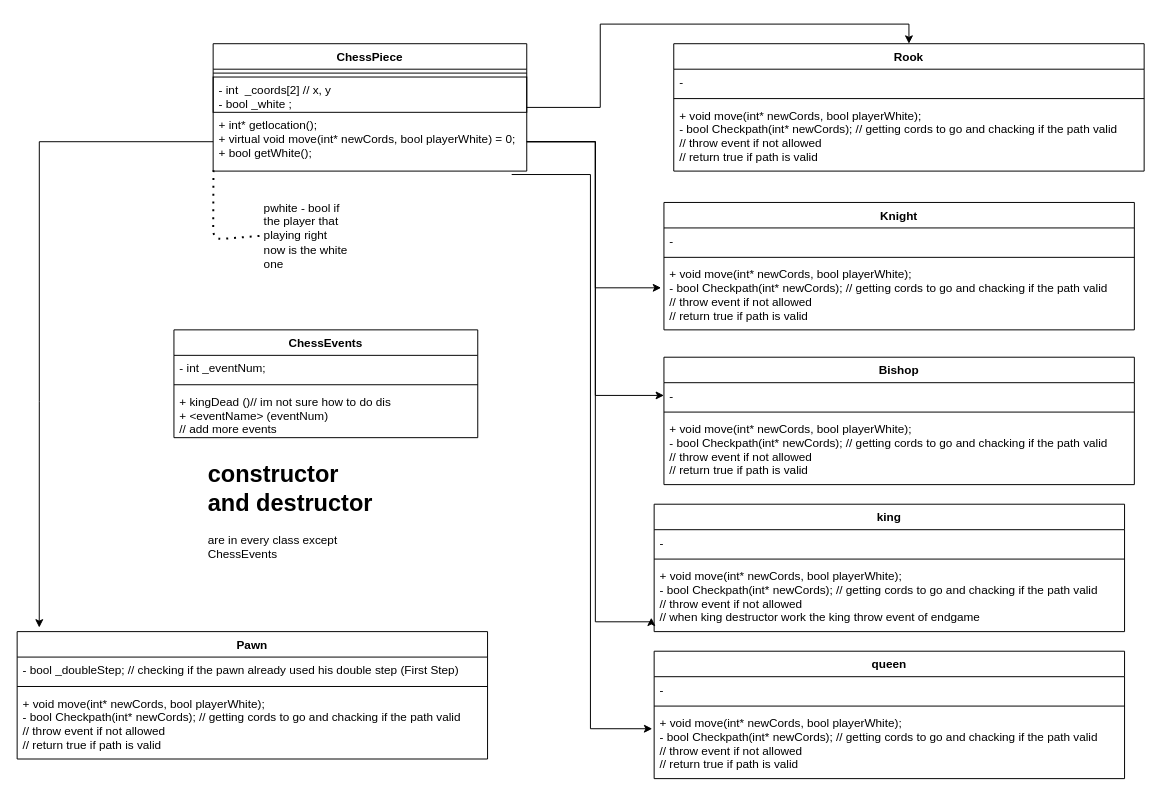
This is page "Object Chess piece" (1 of 2) of Untitled Diagram.drawio from nadav26740/checkmate-adamnadav, a draw.io file, before an edit. Source tidied: cells renumbered, new cells numbered last; positions are measured from the earlier drawing's top-left corner, leaving out a move shared by most shapes. Both pictures are drawn from the tidied source at 98%, with x=0, y=0 at pixel (17, 43).
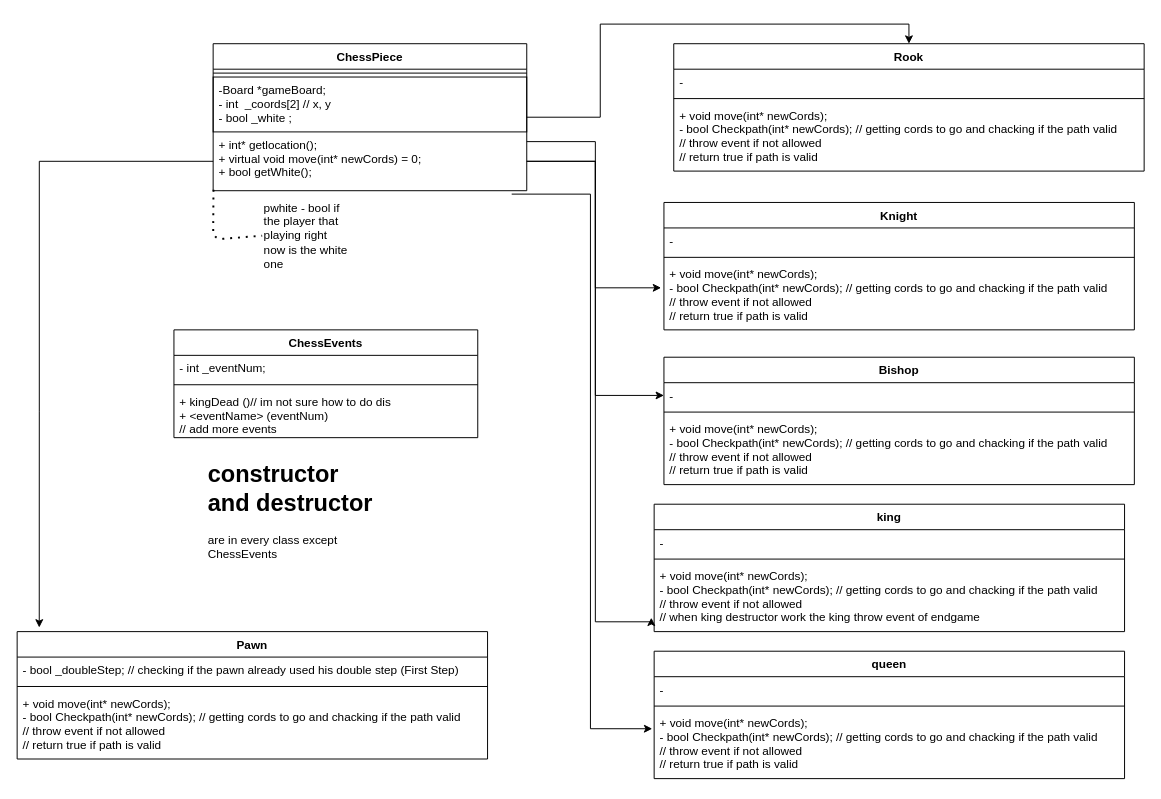
After the change.

Commit message (it also covers changes not shown here):
New Protocol on board

Unchanged cells that the change refers to:
```xml
<mxCell id="12" value="Rook&#10;" style="swimlane;fontStyle=1;align=center;verticalAlign=top;horizontal=1;startSize=26;" parent="1" vertex="1">
  <mxGeometry x="670" y="0.1" width="480" height="130" as="geometry" />
</mxCell>
<mxCell id="17" value="Knight&#10;" style="swimlane;fontStyle=1;align=center;verticalAlign=top;horizontal=1;startSize=26;" parent="1" vertex="1">
  <mxGeometry x="660" y="162.1" width="480" height="130" as="geometry" />
</mxCell>
<mxCell id="21" value="Bishop&#10;" style="swimlane;fontStyle=1;align=center;verticalAlign=top;horizontal=1;startSize=26;" parent="1" vertex="1">
  <mxGeometry x="660" y="320" width="480" height="130" as="geometry" />
</mxCell>
<mxCell id="25" value="queen&#10;" style="swimlane;fontStyle=1;align=center;verticalAlign=top;horizontal=1;startSize=26;" parent="1" vertex="1">
  <mxGeometry x="650" y="620" width="480" height="130" as="geometry" />
</mxCell>
<mxCell id="29" value="king&#10;" style="swimlane;fontStyle=1;align=center;verticalAlign=top;horizontal=1;startSize=26;" parent="1" vertex="1">
  <mxGeometry x="650" y="470" width="480" height="130" as="geometry" />
</mxCell>
<mxCell id="37" value="Pawn&#10;" style="swimlane;fontStyle=1;align=center;verticalAlign=top;horizontal=1;startSize=26;" parent="1" vertex="1">
  <mxGeometry y="600" width="480" height="130" as="geometry" />
</mxCell>
```

What changed in the source:
```diff
@@
     <mxCell id="3" value="ChessPiece" style="swimlane;fontStyle=1;align=center;verticalAlign=top;horizontal=1;startSize=26;rounded=0;shadow=0;glass=0;sketch=0;" parent="1" vertex="1">
-      <mxGeometry x="200" y="0.1" width="320" height="130" as="geometry" />
+      <mxGeometry x="200" y="0.1" width="320" height="150" as="geometry" />
     </mxCell>
@@
-    <mxCell id="5" value="- int  _coords[2] // x, y&#10;- bool _white ;&#10;" style="text;fillColor=none;align=left;verticalAlign=top;spacingLeft=4;spacingRight=4;overflow=hidden;strokeColor=#000000;" parent="3" vertex="1">
-      <mxGeometry y="34" width="320" height="36" as="geometry" />
+    <mxCell id="5" value="-Board *gameBoard;&#10;- int  _coords[2] // x, y&#10;- bool _white ;&#10;" style="text;fillColor=none;align=left;verticalAlign=top;spacingLeft=4;spacingRight=4;overflow=hidden;strokeColor=#000000;" parent="3" vertex="1">
+      <mxGeometry y="34" width="320" height="56" as="geometry" />
     </mxCell>
-    <mxCell id="6" value="+ int* getlocation();&#10;+ virtual void move(int* newCords, bool playerWhite) = 0;&#10;+ bool getWhite();&#10;" style="text;strokeColor=none;fillColor=none;align=left;verticalAlign=top;spacingLeft=4;spacingRight=4;overflow=hidden;points=[[0,0.5],[1,0.5]];portConstraint=eastwest;" parent="3" vertex="1">
-      <mxGeometry y="70" width="320" height="60" as="geometry" />
+    <mxCell id="6" value="+ int* getlocation();&#10;+ virtual void move(int* newCords) = 0;&#10;+ bool getWhite();&#10;" style="text;strokeColor=none;fillColor=none;align=left;verticalAlign=top;spacingLeft=4;spacingRight=4;overflow=hidden;points=[[0,0.5],[1,0.5]];portConstraint=eastwest;" parent="3" vertex="1">
+      <mxGeometry y="90" width="320" height="60" as="geometry" />
     </mxCell>
@@
-    <mxCell id="15" value="+ void move(int* newCords, bool playerWhite);&#10;- bool Checkpath(int* newCords); // getting cords to go and chacking if the path valid&#10;// throw event if not allowed &#10;// return true if path is valid&#10;" style="text;strokeColor=none;fillColor=none;align=left;verticalAlign=top;spacingLeft=4;spacingRight=4;overflow=hidden;" parent="12" vertex="1">
+    <mxCell id="15" value="+ void move(int* newCords);&#10;- bool Checkpath(int* newCords); // getting cords to go and chacking if the path valid&#10;// throw event if not allowed &#10;// return true if path is valid&#10;" style="text;strokeColor=none;fillColor=none;align=left;verticalAlign=top;spacingLeft=4;spacingRight=4;overflow=hidden;" parent="12" vertex="1">
       <mxGeometry y="60" width="480" height="70" as="geometry" />
     </mxCell>
@@
-    <mxCell id="20" value="+ void move(int* newCords, bool playerWhite);&#10;- bool Checkpath(int* newCords); // getting cords to go and chacking if the path valid&#10;// throw event if not allowed &#10;// return true if path is valid&#10;" style="text;strokeColor=none;fillColor=none;align=left;verticalAlign=top;spacingLeft=4;spacingRight=4;overflow=hidden;points=[[0,0.5],[1,0.5]];portConstraint=eastwest;" parent="17" vertex="1">
+    <mxCell id="20" value="+ void move(int* newCords);&#10;- bool Checkpath(int* newCords); // getting cords to go and chacking if the path valid&#10;// throw event if not allowed &#10;// return true if path is valid&#10;" style="text;strokeColor=none;fillColor=none;align=left;verticalAlign=top;spacingLeft=4;spacingRight=4;overflow=hidden;points=[[0,0.5],[1,0.5]];portConstraint=eastwest;" parent="17" vertex="1">
       <mxGeometry y="60" width="480" height="70" as="geometry" />
     </mxCell>
@@
-    <mxCell id="24" value="+ void move(int* newCords, bool playerWhite);&#10;- bool Checkpath(int* newCords); // getting cords to go and chacking if the path valid&#10;// throw event if not allowed &#10;// return true if path is valid&#10;" style="text;strokeColor=none;fillColor=none;align=left;verticalAlign=top;spacingLeft=4;spacingRight=4;overflow=hidden;" parent="21" vertex="1">
+    <mxCell id="24" value="+ void move(int* newCords);&#10;- bool Checkpath(int* newCords); // getting cords to go and chacking if the path valid&#10;// throw event if not allowed &#10;// return true if path is valid&#10;" style="text;strokeColor=none;fillColor=none;align=left;verticalAlign=top;spacingLeft=4;spacingRight=4;overflow=hidden;" parent="21" vertex="1">
       <mxGeometry y="60" width="480" height="70" as="geometry" />
     </mxCell>
@@
-    <mxCell id="28" value="+ void move(int* newCords, bool playerWhite);&#10;- bool Checkpath(int* newCords); // getting cords to go and chacking if the path valid&#10;// throw event if not allowed &#10;// return true if path is valid&#10;" style="text;strokeColor=none;fillColor=none;align=left;verticalAlign=top;spacingLeft=4;spacingRight=4;overflow=hidden;points=[[0,0.5],[1,0.5]];portConstraint=eastwest;" parent="25" vertex="1">
+    <mxCell id="28" value="+ void move(int* newCords);&#10;- bool Checkpath(int* newCords); // getting cords to go and chacking if the path valid&#10;// throw event if not allowed &#10;// return true if path is valid&#10;" style="text;strokeColor=none;fillColor=none;align=left;verticalAlign=top;spacingLeft=4;spacingRight=4;overflow=hidden;points=[[0,0.5],[1,0.5]];portConstraint=eastwest;" parent="25" vertex="1">
       <mxGeometry y="60" width="480" height="70" as="geometry" />
     </mxCell>
@@
-    <mxCell id="32" value="+ void move(int* newCords, bool playerWhite);&#10;- bool Checkpath(int* newCords); // getting cords to go and chacking if the path valid&#10;// throw event if not allowed &#10;// when king destructor work the king throw event of endgame" style="text;strokeColor=none;fillColor=none;align=left;verticalAlign=top;spacingLeft=4;spacingRight=4;overflow=hidden;points=[[0,0.5],[1,0.5]];portConstraint=eastwest;" parent="29" vertex="1">
+    <mxCell id="32" value="+ void move(int* newCords);&#10;- bool Checkpath(int* newCords); // getting cords to go and chacking if the path valid&#10;// throw event if not allowed &#10;// when king destructor work the king throw event of endgame" style="text;strokeColor=none;fillColor=none;align=left;verticalAlign=top;spacingLeft=4;spacingRight=4;overflow=hidden;points=[[0,0.5],[1,0.5]];portConstraint=eastwest;" parent="29" vertex="1">
       <mxGeometry y="60" width="480" height="70" as="geometry" />
     </mxCell>
@@
-    <mxCell id="40" value="+ void move(int* newCords, bool playerWhite);&#10;- bool Checkpath(int* newCords); // getting cords to go and chacking if the path valid&#10;// throw event if not allowed &#10;// return true if path is valid&#10;" style="text;strokeColor=none;fillColor=none;align=left;verticalAlign=top;spacingLeft=4;spacingRight=4;overflow=hidden;" parent="37" vertex="1">
+    <mxCell id="40" value="+ void move(int* newCords);&#10;- bool Checkpath(int* newCords); // getting cords to go and chacking if the path valid&#10;// throw event if not allowed &#10;// return true if path is valid&#10;" style="text;strokeColor=none;fillColor=none;align=left;verticalAlign=top;spacingLeft=4;spacingRight=4;overflow=hidden;" parent="37" vertex="1">
       <mxGeometry y="60" width="480" height="70" as="geometry" />
     </mxCell>
```
